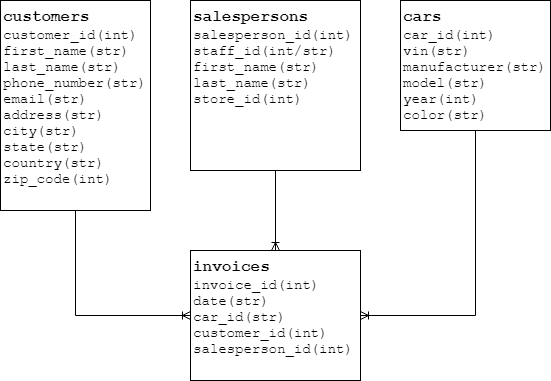
ironhack-datalabs/datamia0819 keeps this draw.io diagram as module-1/lab-mysql/your-code/lab-mysql-challenge-1.png. Above is the earlier version. Source tidied: cells renumbered, new cells last; positions are measured from the earlier drawing's top-left corner, leaving out a move shared by most shapes.
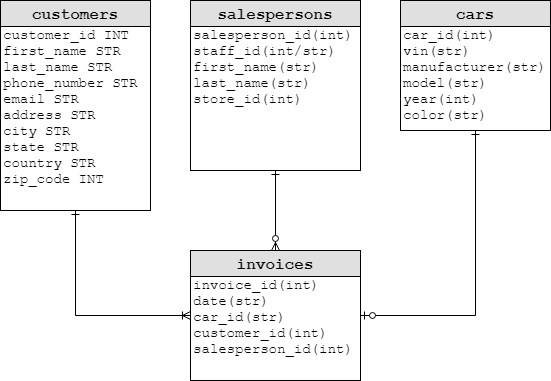
After the change.

Change to the diagram source:
```diff
@@ -2,26 +2,38 @@
   <root>
     <mxCell id="0" />
     <mxCell id="1" parent="0" />
-    <mxCell id="2" value="&lt;b&gt;&lt;font style=&quot;font-size: 16px&quot;&gt;cars&lt;br&gt;&lt;/font&gt;&lt;/b&gt;car_id(int)&lt;br style=&quot;font-size: 14px&quot;&gt;vin(str)&lt;br&gt;manufacturer(str)&lt;br style=&quot;font-size: 14px&quot;&gt;model(str)&lt;br style=&quot;font-size: 14px&quot;&gt;year(int)&lt;br style=&quot;font-size: 14px&quot;&gt;color(str)" style="rounded=0;whiteSpace=wrap;html=1;align=left;verticalAlign=top;fontFamily=Courier New;labelBackgroundColor=#ffffff;fontSize=14;" parent="1" vertex="1">
+    <mxCell id="2" value="&lt;b&gt;&lt;font style=&quot;font-size: 16px&quot;&gt;&lt;br&gt;&lt;/font&gt;&lt;/b&gt;car_id(int)&lt;br style=&quot;font-size: 14px&quot;&gt;vin(str)&lt;br&gt;manufacturer(str)&lt;br style=&quot;font-size: 14px&quot;&gt;model(str)&lt;br style=&quot;font-size: 14px&quot;&gt;year(int)&lt;br style=&quot;font-size: 14px&quot;&gt;color(str)" style="rounded=0;whiteSpace=wrap;html=1;align=left;verticalAlign=top;fontFamily=Courier New;labelBackgroundColor=#ffffff;fontSize=14;" parent="1" vertex="1">
       <mxGeometry x="400" width="150" height="130" as="geometry" />
     </mxCell>
-    <mxCell id="3" value="&lt;b&gt;&lt;font style=&quot;font-size: 16px&quot;&gt;customers&lt;br&gt;&lt;/font&gt;&lt;/b&gt;customer_id(int)&lt;br style=&quot;font-size: 14px&quot;&gt;first_name(str)&lt;br style=&quot;font-size: 14px&quot;&gt;last_name(str)&lt;br style=&quot;font-size: 14px&quot;&gt;phone_number(str)&lt;br style=&quot;font-size: 14px&quot;&gt;email(str)&lt;br style=&quot;font-size: 14px&quot;&gt;address(str)&lt;br style=&quot;font-size: 14px&quot;&gt;city(str)&lt;br style=&quot;font-size: 14px&quot;&gt;state(str)&lt;br style=&quot;font-size: 14px&quot;&gt;country(str)&lt;br style=&quot;font-size: 14px&quot;&gt;zip_code(int)" style="rounded=0;whiteSpace=wrap;html=1;align=left;verticalAlign=top;fontFamily=Courier New;labelBackgroundColor=#ffffff;fontSize=14;" parent="1" vertex="1">
+    <mxCell id="3" value="&lt;b&gt;&lt;font style=&quot;font-size: 16px&quot;&gt;&lt;br&gt;&lt;/font&gt;&lt;/b&gt;customer_id INT&lt;br style=&quot;font-size: 14px&quot;&gt;first_name STR&lt;br style=&quot;font-size: 14px&quot;&gt;last_name STR&lt;br style=&quot;font-size: 14px&quot;&gt;phone_number STR&lt;br style=&quot;font-size: 14px&quot;&gt;email STR&lt;br style=&quot;font-size: 14px&quot;&gt;address&amp;nbsp;STR&lt;br style=&quot;font-size: 14px&quot;&gt;city&amp;nbsp;STR&lt;br style=&quot;font-size: 14px&quot;&gt;state&amp;nbsp;STR&lt;br style=&quot;font-size: 14px&quot;&gt;country&amp;nbsp;STR&lt;br style=&quot;font-size: 14px&quot;&gt;zip_code INT" style="rounded=0;whiteSpace=wrap;html=1;align=left;verticalAlign=top;fontFamily=Courier New;labelBackgroundColor=#ffffff;fontSize=14;" parent="1" vertex="1">
       <mxGeometry width="150" height="210" as="geometry" />
     </mxCell>
-    <mxCell id="4" value="&lt;b&gt;&lt;font style=&quot;font-size: 16px&quot;&gt;salespersons&lt;br&gt;&lt;/font&gt;&lt;/b&gt;salesperson_id(int)&lt;br&gt;staff_id(int/str)&lt;br style=&quot;font-size: 14px&quot;&gt;first_name(str)&lt;br style=&quot;font-size: 14px&quot;&gt;last_name(str)&lt;br style=&quot;font-size: 14px&quot;&gt;store_id(int)" style="rounded=0;whiteSpace=wrap;html=1;align=left;verticalAlign=top;fontFamily=Courier New;labelBackgroundColor=#ffffff;fontSize=14;" parent="1" vertex="1">
+    <mxCell id="4" value="&lt;b&gt;&lt;font style=&quot;font-size: 16px&quot;&gt;&lt;br&gt;&lt;/font&gt;&lt;/b&gt;salesperson_id(int)&lt;br&gt;staff_id(int/str)&lt;br style=&quot;font-size: 14px&quot;&gt;first_name(str)&lt;br style=&quot;font-size: 14px&quot;&gt;last_name(str)&lt;br style=&quot;font-size: 14px&quot;&gt;store_id(int)" style="rounded=0;whiteSpace=wrap;html=1;align=left;verticalAlign=top;fontFamily=Courier New;labelBackgroundColor=#ffffff;fontSize=14;" parent="1" vertex="1">
       <mxGeometry x="190" width="170" height="170" as="geometry" />
     </mxCell>
-    <mxCell id="5" value="&lt;b&gt;&lt;font style=&quot;font-size: 16px&quot;&gt;invoices&lt;/font&gt;&lt;/b&gt;&lt;br style=&quot;font-size: 14px&quot;&gt;invoice_id(int)&lt;br&gt;date(str)&lt;br&gt;car_id(str)&lt;br&gt;customer_id(int)&lt;br&gt;salesperson_id(int)" style="rounded=0;whiteSpace=wrap;html=1;align=left;verticalAlign=top;fontFamily=Courier New;labelBackgroundColor=#ffffff;fontSize=14;" parent="1" vertex="1">
+    <mxCell id="5" value="&lt;br style=&quot;font-size: 16px&quot;&gt;invoice_id(int)&lt;br&gt;date(str)&lt;br&gt;car_id(str)&lt;br&gt;customer_id(int)&lt;br&gt;salesperson_id(int)" style="rounded=0;whiteSpace=wrap;html=1;align=left;verticalAlign=top;fontFamily=Courier New;labelBackgroundColor=#ffffff;fontSize=14;" parent="1" vertex="1">
       <mxGeometry x="190" y="250" width="170" height="130" as="geometry" />
     </mxCell>
-    <mxCell id="6" style="edgeStyle=orthogonalEdgeStyle;fontSize=12;html=1;endArrow=ERoneToMany;entryX=0;entryY=0.5;entryDx=0;entryDy=0;exitX=0.5;exitY=1;exitDx=0;exitDy=0;rounded=0;endFill=0;" parent="1" edge="1" source="3" target="5">
+    <mxCell id="6" style="edgeStyle=orthogonalEdgeStyle;fontSize=12;html=1;endArrow=ERoneToMany;entryX=0;entryY=0.5;entryDx=0;entryDy=0;exitX=0.5;exitY=1;exitDx=0;exitDy=0;rounded=0;endFill=0;startArrow=ERone;startFill=0;" parent="1" edge="1" source="3" target="5">
       <mxGeometry relative="1" as="geometry" />
     </mxCell>
-    <mxCell id="7" style="edgeStyle=orthogonalEdgeStyle;fontSize=12;html=1;endArrow=ERoneToMany;exitX=0.5;exitY=1;exitDx=0;exitDy=0;rounded=0;endFill=0;entryX=0.5;entryY=0;entryDx=0;entryDy=0;" parent="1" edge="1" source="4" target="5">
+    <mxCell id="7" style="edgeStyle=orthogonalEdgeStyle;fontSize=12;html=1;endArrow=ERzeroToMany;exitX=0.5;exitY=1;exitDx=0;exitDy=0;rounded=0;endFill=1;entryX=0.5;entryY=0;entryDx=0;entryDy=0;startArrow=ERone;startFill=0;" parent="1" edge="1" source="4" target="5">
       <mxGeometry relative="1" as="geometry" />
     </mxCell>
-    <mxCell id="8" style="edgeStyle=orthogonalEdgeStyle;fontSize=12;html=1;endArrow=ERoneToMany;entryX=1;entryY=0.5;entryDx=0;entryDy=0;exitX=0.5;exitY=1;exitDx=0;exitDy=0;rounded=0;endFill=0;" parent="1" edge="1" source="2" target="5">
+    <mxCell id="8" style="edgeStyle=orthogonalEdgeStyle;fontSize=12;html=1;endArrow=ERzeroToOne;entryX=1;entryY=0.5;entryDx=0;entryDy=0;exitX=0.5;exitY=1;exitDx=0;exitDy=0;rounded=0;endFill=1;startArrow=ERone;startFill=0;" parent="1" edge="1" source="2" target="5">
       <mxGeometry relative="1" as="geometry" />
     </mxCell>
+    <mxCell id="9" value="customers" style="text;align=center;verticalAlign=middle;spacingLeft=4;spacingRight=4;strokeColor=#000000;fillColor=#e0e0e0;fontSize=16;fontFamily=Courier New;fontStyle=1;" parent="1" vertex="1">
+      <mxGeometry width="150" height="26" as="geometry" />
+    </mxCell>
+    <mxCell id="10" value="salespersons" style="text;align=center;verticalAlign=middle;spacingLeft=4;spacingRight=4;strokeColor=#000000;fillColor=#e0e0e0;fontSize=16;fontFamily=Courier New;fontStyle=1;" parent="1" vertex="1">
+      <mxGeometry x="190" width="170" height="26" as="geometry" />
+    </mxCell>
+    <mxCell id="11" value="cars" style="text;align=center;verticalAlign=middle;spacingLeft=4;spacingRight=4;strokeColor=#000000;fillColor=#e0e0e0;fontSize=16;fontFamily=Courier New;fontStyle=1;" parent="1" vertex="1">
+      <mxGeometry x="400" width="150" height="26" as="geometry" />
+    </mxCell>
+    <mxCell id="12" value="invoices" style="text;align=center;verticalAlign=middle;spacingLeft=4;spacingRight=4;strokeColor=#000000;fillColor=#e0e0e0;fontSize=16;fontFamily=Courier New;fontStyle=1;" parent="1" vertex="1">
+      <mxGeometry x="190" y="250" width="170" height="26" as="geometry" />
+    </mxCell>
   </root>
 </mxGraphModel>
```
